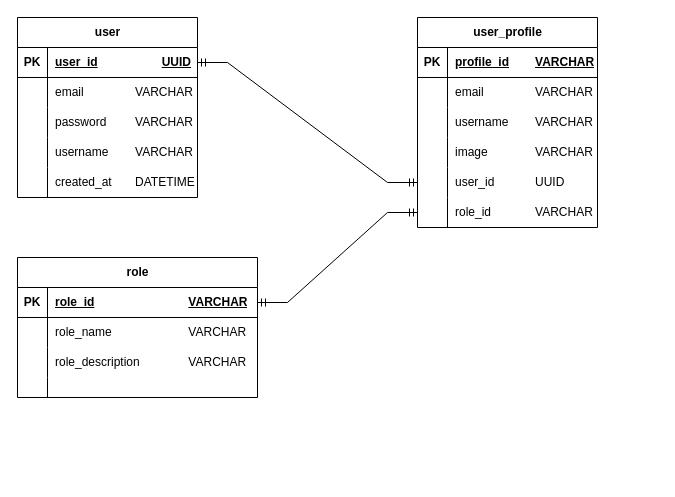
Before: page "RDM_diagram" (2 of 2) of designs/database.drawio in PhoenixWK/spirit-blossom, a draw.io diagram. Source tidied: cells renumbered, new cells numbered last; positions are measured from the earlier drawing's top-left corner, leaving out a move shared by most shapes. Both pictures are drawn from the tidied source at 100%, with x=0, y=0 at pixel (17, 17).
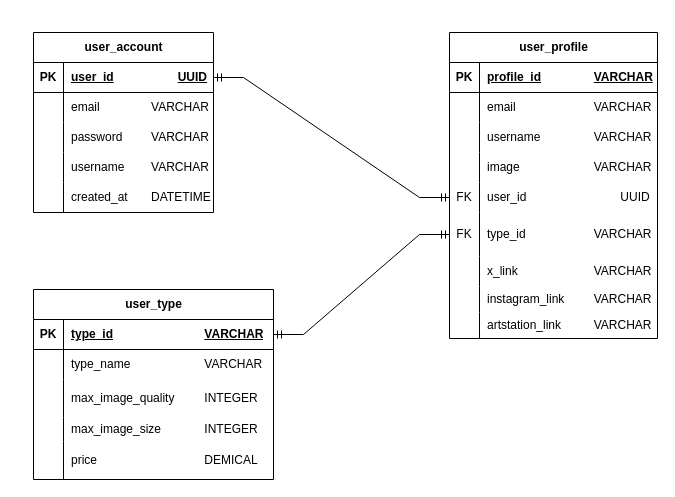
The same diagram, later.

Commit message (it also covers changes not shown here):
docs(database.drawio): design table for user account, user profle, type of user that is the temporary tables for storing user's account, user's profile and type of user

Change to the diagram source:
```diff
@@
-    <mxCell id="2" value="user" style="shape=table;startSize=30;childLayout=tableLayout;rowLines=0;fontStyle=1;align=center;html=1;" parent="1" vertex="1">
-      <mxGeometry width="180" height="180" as="geometry" />
+    <mxCell id="2" value="user_account" style="shape=table;startSize=30;childLayout=tableLayout;rowLines=0;fontStyle=1;align=center;html=1;" parent="1" vertex="1">
+      <mxGeometry x="16" y="15" width="180" height="180" as="geometry" />
     </mxCell>
@@
     <mxCell id="18" value="user_profile" style="shape=table;startSize=30;childLayout=tableLayout;rowLines=0;fontStyle=1;align=center;html=1;" parent="1" vertex="1">
-      <mxGeometry x="400" width="180" height="210" as="geometry" />
+      <mxGeometry x="432" y="15" width="208" height="306" as="geometry" />
     </mxCell>
     <mxCell id="19" style="shape=tableRow;horizontal=0;startSize=0;swimlaneHead=0;swimlaneBody=0;fillColor=none;top=0;left=0;right=0;bottom=1;" parent="18" vertex="1">
-      <mxGeometry y="30" width="180" height="30" as="geometry" />
+      <mxGeometry y="30" width="208" height="30" as="geometry" />
     </mxCell>
@@
-    <mxCell id="21" value="profile_id&lt;span style=&quot;white-space: pre;&quot;&gt;&#9;&lt;/span&gt;VARCHAR" style="shape=partialRectangle;fillColor=none;top=0;left=0;bottom=0;right=0;align=left;spacingLeft=6;fontStyle=5;overflow=hidden;whiteSpace=wrap;html=1;" parent="19" vertex="1">
-      <mxGeometry x="30" width="150" height="30" as="geometry" />
+    <mxCell id="21" value="profile_id&lt;span style=&quot;white-space: pre;&quot;&gt;&#9;&lt;span style=&quot;white-space: pre;&quot;&gt;&#9;&lt;/span&gt;&lt;/span&gt;VARCHAR" style="shape=partialRectangle;fillColor=none;top=0;left=0;bottom=0;right=0;align=left;spacingLeft=6;fontStyle=5;overflow=hidden;whiteSpace=wrap;html=1;" parent="19" vertex="1">
+      <mxGeometry x="30" width="178" height="30" as="geometry" />
     </mxCell>
     <mxCell id="22" style="shape=tableRow;horizontal=0;startSize=0;swimlaneHead=0;swimlaneBody=0;fillColor=none;top=0;left=0;right=0;bottom=0;" parent="18" vertex="1">
-      <mxGeometry y="60" width="180" height="30" as="geometry" />
+      <mxGeometry y="60" width="208" height="30" as="geometry" />
     </mxCell>
@@
-    <mxCell id="24" value="email&lt;span style=&quot;white-space: pre;&quot;&gt;&#9;&lt;/span&gt;&lt;span style=&quot;white-space: pre;&quot;&gt;&#9;&lt;/span&gt;VARCHAR" style="shape=partialRectangle;fillColor=none;top=0;left=0;bottom=0;right=0;align=left;spacingLeft=6;overflow=hidden;whiteSpace=wrap;html=1;" parent="22" vertex="1">
-      <mxGeometry x="30" width="150" height="30" as="geometry" />
+    <mxCell id="24" value="email&lt;span style=&quot;white-space: pre;&quot;&gt;&#9;&lt;/span&gt;&lt;span style=&quot;white-space: pre;&quot;&gt;&#9;&lt;span style=&quot;white-space: pre;&quot;&gt;&#9;&lt;/span&gt;&lt;/span&gt;VARCHAR" style="shape=partialRectangle;fillColor=none;top=0;left=0;bottom=0;right=0;align=left;spacingLeft=6;overflow=hidden;whiteSpace=wrap;html=1;" parent="22" vertex="1">
+      <mxGeometry x="30" width="178" height="30" as="geometry" />
     </mxCell>
     <mxCell id="25" style="shape=tableRow;horizontal=0;startSize=0;swimlaneHead=0;swimlaneBody=0;fillColor=none;top=0;left=0;right=0;bottom=0;" parent="18" vertex="1">
-      <mxGeometry y="90" width="180" height="30" as="geometry" />
+      <mxGeometry y="90" width="208" height="30" as="geometry" />
     </mxCell>
@@
-    <mxCell id="27" value="username&lt;span style=&quot;white-space: pre;&quot;&gt;&#9;&lt;/span&gt;VARCHAR" style="shape=partialRectangle;fillColor=none;top=0;left=0;bottom=0;right=0;align=left;spacingLeft=6;overflow=hidden;whiteSpace=wrap;html=1;" parent="25" vertex="1">
-      <mxGeometry x="30" width="150" height="30" as="geometry" />
+    <mxCell id="27" value="username&lt;span style=&quot;white-space: pre;&quot;&gt;&#9;&lt;span style=&quot;white-space: pre;&quot;&gt;&#9;&lt;/span&gt;&lt;/span&gt;VARCHAR" style="shape=partialRectangle;fillColor=none;top=0;left=0;bottom=0;right=0;align=left;spacingLeft=6;overflow=hidden;whiteSpace=wrap;html=1;" parent="25" vertex="1">
+      <mxGeometry x="30" width="178" height="30" as="geometry" />
     </mxCell>
     <mxCell id="28" style="shape=tableRow;horizontal=0;startSize=0;swimlaneHead=0;swimlaneBody=0;fillColor=none;top=0;left=0;right=0;bottom=0;" parent="18" vertex="1">
-      <mxGeometry y="120" width="180" height="30" as="geometry" />
+      <mxGeometry y="120" width="208" height="30" as="geometry" />
     </mxCell>
@@
-    <mxCell id="30" value="image&lt;span style=&quot;white-space: pre;&quot;&gt;&#9;&lt;/span&gt;&lt;span style=&quot;white-space: pre;&quot;&gt;&#9;&lt;/span&gt;VARCHAR" style="shape=partialRectangle;fillColor=none;top=0;left=0;bottom=0;right=0;align=left;spacingLeft=6;overflow=hidden;whiteSpace=wrap;html=1;" parent="28" vertex="1">
-      <mxGeometry x="30" width="150" height="30" as="geometry" />
+    <mxCell id="30" value="image&lt;span style=&quot;white-space: pre;&quot;&gt;&#9;&lt;/span&gt;&lt;span style=&quot;white-space: pre;&quot;&gt;&#9;&lt;span style=&quot;white-space: pre;&quot;&gt;&#9;&lt;/span&gt;&lt;/span&gt;VARCHAR" style="shape=partialRectangle;fillColor=none;top=0;left=0;bottom=0;right=0;align=left;spacingLeft=6;overflow=hidden;whiteSpace=wrap;html=1;" parent="28" vertex="1">
+      <mxGeometry x="30" width="178" height="30" as="geometry" />
     </mxCell>
     <mxCell id="31" style="shape=tableRow;horizontal=0;startSize=0;swimlaneHead=0;swimlaneBody=0;fillColor=none;points=[[0,0.5],[1,0.5]];portConstraint=eastwest;top=0;left=0;right=0;bottom=0;" parent="18" vertex="1">
-      <mxGeometry y="150" width="180" height="30" as="geometry" />
+      <mxGeometry y="150" width="208" height="30" as="geometry" />
     </mxCell>
-    <mxCell id="32" style="shape=partialRectangle;fillColor=none;top=0;left=0;bottom=0;right=0;overflow=hidden;whiteSpace=wrap;html=1;" parent="31" vertex="1">
+    <mxCell id="32" value="FK" style="shape=partialRectangle;fillColor=none;top=0;left=0;bottom=0;right=0;overflow=hidden;whiteSpace=wrap;html=1;" parent="31" vertex="1">
       <mxGeometry width="30" height="30" as="geometry" />
     </mxCell>
-    <mxCell id="33" value="user_id&lt;span style=&quot;white-space: pre;&quot;&gt;&#9;&lt;/span&gt;&lt;span style=&quot;white-space: pre;&quot;&gt;&#9;&lt;/span&gt;UUID" style="shape=partialRectangle;fillColor=none;top=0;left=0;bottom=0;right=0;align=left;spacingLeft=6;overflow=hidden;whiteSpace=wrap;html=1;" parent="31" vertex="1">
-      <mxGeometry x="30" width="150" height="30" as="geometry" />
+    <mxCell id="33" value="user_id&lt;span style=&quot;white-space: pre;&quot;&gt;&#9;&lt;/span&gt;&lt;span style=&quot;white-space: pre;&quot;&gt;&#9;&lt;span style=&quot;white-space: pre;&quot;&gt;&#9;&lt;span style=&quot;white-space: pre;&quot;&gt;&#9;&lt;/span&gt;&lt;/span&gt;&lt;/span&gt;UUID" style="shape=partialRectangle;fillColor=none;top=0;left=0;bottom=0;right=0;align=left;spacingLeft=6;overflow=hidden;whiteSpace=wrap;html=1;" parent="31" vertex="1">
+      <mxGeometry x="30" width="178" height="30" as="geometry" />
     </mxCell>
     <mxCell id="34" style="shape=tableRow;horizontal=0;startSize=0;swimlaneHead=0;swimlaneBody=0;fillColor=none;points=[[0,0.5],[1,0.5]];portConstraint=eastwest;top=0;left=0;right=0;bottom=0;" parent="18" vertex="1">
-      <mxGeometry y="180" width="180" height="30" as="geometry" />
+      <mxGeometry y="180" width="208" height="44" as="geometry" />
     </mxCell>
-    <mxCell id="35" style="shape=partialRectangle;fillColor=none;top=0;left=0;bottom=0;right=0;overflow=hidden;whiteSpace=wrap;html=1;" parent="34" vertex="1">
-      <mxGeometry width="30" height="30" as="geometry" />
+    <mxCell id="35" value="FK" style="shape=partialRectangle;fillColor=none;top=0;left=0;bottom=0;right=0;overflow=hidden;whiteSpace=wrap;html=1;" parent="34" vertex="1">
+      <mxGeometry width="30" height="44" as="geometry" />
     </mxCell>
-    <mxCell id="36" value="role_id&lt;span style=&quot;white-space: pre;&quot;&gt;&#9;&lt;/span&gt;&lt;span style=&quot;white-space: pre;&quot;&gt;&#9;&lt;/span&gt;VARCHAR" style="shape=partialRectangle;fillColor=none;top=0;left=0;bottom=0;right=0;align=left;spacingLeft=6;overflow=hidden;whiteSpace=wrap;html=1;" parent="34" vertex="1">
-      <mxGeometry x="30" width="150" height="30" as="geometry" />
+    <mxCell id="36" value="type_id&lt;span style=&quot;white-space: pre;&quot;&gt;&#9;&lt;/span&gt;&lt;span style=&quot;white-space: pre;&quot;&gt;&#9;&lt;span style=&quot;white-space: pre;&quot;&gt;&#9;&lt;/span&gt;&lt;/span&gt;VARCHAR" style="shape=partialRectangle;fillColor=none;top=0;left=0;bottom=0;right=0;align=left;spacingLeft=6;overflow=hidden;whiteSpace=wrap;html=1;" parent="34" vertex="1">
+      <mxGeometry x="30" width="178" height="44" as="geometry" />
     </mxCell>
-    <mxCell id="37" value="role" style="shape=table;startSize=30;childLayout=tableLayout;rowLines=0;fontStyle=1;align=center;html=1;" parent="1" vertex="1">
-      <mxGeometry y="240" width="240" height="140" as="geometry" />
-    </mxCell>
+    <mxCell id="52" style="shape=tableRow;horizontal=0;startSize=0;swimlaneHead=0;swimlaneBody=0;fillColor=none;top=0;left=0;right=0;bottom=0;" parent="18" vertex="1">
+      <mxGeometry y="224" width="208" height="30" as="geometry" />
+    </mxCell>
+    <mxCell id="53" style="shape=partialRectangle;fillColor=none;top=0;left=0;bottom=0;right=0;overflow=hidden;whiteSpace=wrap;html=1;" parent="52" vertex="1">
+      <mxGeometry width="30" height="30" as="geometry" />
+    </mxCell>
+    <mxCell id="54" value="x_link&lt;span style=&quot;white-space: pre;&quot;&gt;&#9;&lt;/span&gt;&lt;span style=&quot;white-space: pre;&quot;&gt;&#9;&lt;span style=&quot;white-space: pre;&quot;&gt;&#9;&lt;/span&gt;&lt;/span&gt;VARCHAR" style="shape=partialRectangle;fillColor=none;top=0;left=0;bottom=0;right=0;align=left;spacingLeft=6;overflow=hidden;whiteSpace=wrap;html=1;" parent="52" vertex="1">
+      <mxGeometry x="30" width="178" height="30" as="geometry" />
+    </mxCell>
+    <mxCell id="55" style="shape=tableRow;horizontal=0;startSize=0;swimlaneHead=0;swimlaneBody=0;fillColor=none;top=0;left=0;right=0;bottom=0;" parent="18" vertex="1">
+      <mxGeometry y="254" width="208" height="26" as="geometry" />
+    </mxCell>
+    <mxCell id="56" style="shape=partialRectangle;fillColor=none;top=0;left=0;bottom=0;right=0;overflow=hidden;whiteSpace=wrap;html=1;" parent="55" vertex="1">
+      <mxGeometry width="30" height="26" as="geometry" />
+    </mxCell>
+    <mxCell id="57" value="instagram_link&lt;span style=&quot;white-space: pre;&quot;&gt;&#9;&lt;/span&gt;&lt;span style=&quot;white-space: pre;&quot;&gt;&#9;&lt;/span&gt;VARCHAR" style="shape=partialRectangle;fillColor=none;top=0;left=0;bottom=0;right=0;align=left;spacingLeft=6;overflow=hidden;whiteSpace=wrap;html=1;" parent="55" vertex="1">
+      <mxGeometry x="30" width="178" height="26" as="geometry" />
+    </mxCell>
+    <mxCell id="58" style="shape=tableRow;horizontal=0;startSize=0;swimlaneHead=0;swimlaneBody=0;fillColor=none;top=0;left=0;right=0;bottom=0;" parent="18" vertex="1">
+      <mxGeometry y="280" width="208" height="26" as="geometry" />
+    </mxCell>
+    <mxCell id="59" style="shape=partialRectangle;fillColor=none;top=0;left=0;bottom=0;right=0;overflow=hidden;whiteSpace=wrap;html=1;" parent="58" vertex="1">
+      <mxGeometry width="30" height="26" as="geometry" />
+    </mxCell>
+    <mxCell id="60" value="artstation_link&lt;span style=&quot;white-space: pre;&quot;&gt;&#9;&lt;/span&gt;&lt;span style=&quot;white-space: pre;&quot;&gt;&#9;&lt;/span&gt;VARCHAR" style="shape=partialRectangle;fillColor=none;top=0;left=0;bottom=0;right=0;align=left;spacingLeft=6;overflow=hidden;whiteSpace=wrap;html=1;" parent="58" vertex="1">
+      <mxGeometry x="30" width="178" height="26" as="geometry" />
+    </mxCell>
+    <mxCell id="50" style="edgeStyle=entityRelationEdgeStyle;fontSize=12;html=1;endArrow=ERmandOne;startArrow=ERmandOne;rounded=0;entryX=0;entryY=0.5;entryDx=0;entryDy=0;exitX=1;exitY=0.25;exitDx=0;exitDy=0;" parent="1" edge="1" source="2" target="31">
+      <mxGeometry relative="1" as="geometry" />
+    </mxCell>
+    <mxCell id="61" value="user_type" style="shape=table;startSize=30;childLayout=tableLayout;rowLines=0;fontStyle=1;align=center;html=1;" parent="1" vertex="1">
+      <mxGeometry x="16" y="272" width="240" height="190" as="geometry" />
+    </mxCell>
-    <mxCell id="38" style="shape=tableRow;horizontal=0;startSize=0;swimlaneHead=0;swimlaneBody=0;fillColor=none;points=[[0,0.5],[1,0.5]];portConstraint=eastwest;top=0;left=0;right=0;bottom=1;" parent="37" vertex="1">
+    <mxCell id="38" style="shape=tableRow;horizontal=0;startSize=0;swimlaneHead=0;swimlaneBody=0;fillColor=none;points=[[0,0.5],[1,0.5]];portConstraint=eastwest;top=0;left=0;right=0;bottom=1;" parent="61" vertex="1">
       <mxGeometry y="30" width="240" height="30" as="geometry" />
     </mxCell>
@@
-    <mxCell id="40" value="role_id&lt;span style=&quot;white-space: pre;&quot;&gt;&#9;&lt;/span&gt;&lt;span style=&quot;white-space: pre;&quot;&gt;&#9;&lt;span style=&quot;white-space: pre;&quot;&gt;&#9;&lt;/span&gt;&lt;span style=&quot;white-space: pre;&quot;&gt;&#9;&lt;/span&gt;&lt;/span&gt;VARCHAR" style="shape=partialRectangle;fillColor=none;top=0;left=0;bottom=0;right=0;align=left;spacingLeft=6;fontStyle=5;overflow=hidden;whiteSpace=wrap;html=1;" parent="38" vertex="1">
-      <mxGeometry x="30" width="210" height="30" as="geometry" />
-    </mxCell>
+    <mxCell id="62" value="type_id&lt;span style=&quot;white-space: pre;&quot;&gt;&#9;&lt;/span&gt;&lt;span style=&quot;white-space: pre;&quot;&gt;&#9;&lt;span style=&quot;white-space: pre;&quot;&gt;&#9;&lt;/span&gt;&lt;span style=&quot;white-space: pre;&quot;&gt;&#9;&lt;/span&gt;&lt;/span&gt;VARCHAR" style="shape=partialRectangle;fillColor=none;top=0;left=0;bottom=0;right=0;align=left;spacingLeft=6;fontStyle=5;overflow=hidden;whiteSpace=wrap;html=1;" parent="38" vertex="1">
+      <mxGeometry x="30" width="210" height="30" as="geometry" />
+    </mxCell>
-    <mxCell id="41" style="shape=tableRow;horizontal=0;startSize=0;swimlaneHead=0;swimlaneBody=0;fillColor=none;top=0;left=0;right=0;bottom=0;" parent="37" vertex="1">
+    <mxCell id="41" style="shape=tableRow;horizontal=0;startSize=0;swimlaneHead=0;swimlaneBody=0;fillColor=none;top=0;left=0;right=0;bottom=0;" parent="61" vertex="1">
       <mxGeometry y="60" width="240" height="30" as="geometry" />
     </mxCell>
-    <mxCell id="42" style="shape=partialRectangle;fillColor=none;top=0;left=0;bottom=0;right=0;overflow=hidden;whiteSpace=wrap;html=1;" parent="41" vertex="1">
-      <mxGeometry width="30" height="30" as="geometry" />
-    </mxCell>
-    <mxCell id="43" value="role_name&lt;span style=&quot;white-space: pre;&quot;&gt;&#9;&lt;span style=&quot;white-space: pre;&quot;&gt;&#9;&lt;/span&gt;&lt;span style=&quot;white-space: pre;&quot;&gt;&#9;&lt;/span&gt;&lt;/span&gt;VARCHAR" style="shape=partialRectangle;fillColor=none;top=0;left=0;bottom=0;right=0;align=left;spacingLeft=6;overflow=hidden;whiteSpace=wrap;html=1;" parent="41" vertex="1">
-      <mxGeometry x="30" width="210" height="30" as="geometry" />
-    </mxCell>
-    <mxCell id="44" style="shape=tableRow;horizontal=0;startSize=0;swimlaneHead=0;swimlaneBody=0;fillColor=none;top=0;left=0;right=0;bottom=0;" parent="37" vertex="1">
-      <mxGeometry y="90" width="240" height="30" as="geometry" />
-    </mxCell>
-    <mxCell id="45" style="shape=partialRectangle;fillColor=none;top=0;left=0;bottom=0;right=0;overflow=hidden;whiteSpace=wrap;html=1;" parent="44" vertex="1">
-      <mxGeometry width="30" height="30" as="geometry" />
-    </mxCell>
-    <mxCell id="46" value="role_description&lt;span style=&quot;white-space: pre;&quot;&gt;&#9;&lt;/span&gt;&lt;span style=&quot;white-space: pre;&quot;&gt;&#9;&lt;/span&gt;VARCHAR" style="shape=partialRectangle;fillColor=none;top=0;left=0;bottom=0;right=0;align=left;spacingLeft=6;overflow=hidden;whiteSpace=wrap;html=1;" parent="44" vertex="1">
-      <mxGeometry x="30" width="210" height="30" as="geometry" />
-    </mxCell>
-    <mxCell id="47" style="shape=tableRow;horizontal=0;startSize=0;swimlaneHead=0;swimlaneBody=0;fillColor=none;top=0;left=0;right=0;bottom=0;" parent="37" vertex="1">
-      <mxGeometry y="120" width="240" height="20" as="geometry" />
-    </mxCell>
-    <mxCell id="48" style="shape=partialRectangle;fillColor=none;top=0;left=0;bottom=0;right=0;overflow=hidden;whiteSpace=wrap;html=1;" parent="47" vertex="1">
-      <mxGeometry width="30" height="20" as="geometry" />
-    </mxCell>
-    <mxCell id="49" style="shape=partialRectangle;fillColor=none;top=0;left=0;bottom=0;right=0;align=left;spacingLeft=6;overflow=hidden;whiteSpace=wrap;html=1;" parent="47" vertex="1">
-      <mxGeometry x="30" width="210" height="20" as="geometry" />
-    </mxCell>
-    <mxCell id="50" style="edgeStyle=entityRelationEdgeStyle;fontSize=12;html=1;endArrow=ERmandOne;startArrow=ERmandOne;rounded=0;entryX=0;entryY=0.5;entryDx=0;entryDy=0;exitX=1;exitY=0.25;exitDx=0;exitDy=0;" parent="1" edge="1" source="2" target="31">
-      <mxGeometry relative="1" as="geometry" />
-    </mxCell>
+    <mxCell id="63" style="shape=partialRectangle;fillColor=none;top=0;left=0;bottom=0;right=0;overflow=hidden;whiteSpace=wrap;html=1;" parent="41" vertex="1">
+      <mxGeometry width="30" height="30" as="geometry" />
+    </mxCell>
+    <mxCell id="64" value="type_name&lt;span style=&quot;white-space: pre;&quot;&gt;&#9;&lt;/span&gt;&lt;span style=&quot;white-space: pre;&quot;&gt;&#9;&lt;span style=&quot;white-space: pre;&quot;&gt;&#9;&lt;/span&gt;&lt;/span&gt;VARCHAR" style="shape=partialRectangle;fillColor=none;top=0;left=0;bottom=0;right=0;align=left;spacingLeft=6;overflow=hidden;whiteSpace=wrap;html=1;" parent="41" vertex="1">
+      <mxGeometry x="30" width="210" height="30" as="geometry" />
+    </mxCell>
+    <mxCell id="65" style="shape=tableRow;horizontal=0;startSize=0;swimlaneHead=0;swimlaneBody=0;fillColor=none;top=0;left=0;right=0;bottom=0;" parent="61" vertex="1">
+      <mxGeometry y="90" width="240" height="38" as="geometry" />
+    </mxCell>
+    <mxCell id="66" style="shape=partialRectangle;fillColor=none;top=0;left=0;bottom=0;right=0;overflow=hidden;whiteSpace=wrap;html=1;" parent="65" vertex="1">
+      <mxGeometry width="30" height="38" as="geometry" />
+    </mxCell>
+    <mxCell id="67" value="max_image_quality&lt;span style=&quot;white-space: pre;&quot;&gt;&#9;&lt;span style=&quot;white-space: pre;&quot;&gt;&#9;&lt;/span&gt;&lt;/span&gt;INTEGER" style="shape=partialRectangle;fillColor=none;top=0;left=0;bottom=0;right=0;align=left;spacingLeft=6;overflow=hidden;whiteSpace=wrap;html=1;" parent="65" vertex="1">
+      <mxGeometry x="30" width="210" height="38" as="geometry" />
+    </mxCell>
+    <mxCell id="68" style="shape=tableRow;horizontal=0;startSize=0;swimlaneHead=0;swimlaneBody=0;fillColor=none;top=0;left=0;right=0;bottom=0;" parent="61" vertex="1">
+      <mxGeometry y="128" width="240" height="24" as="geometry" />
+    </mxCell>
+    <mxCell id="69" style="shape=partialRectangle;fillColor=none;top=0;left=0;bottom=0;right=0;overflow=hidden;whiteSpace=wrap;html=1;" parent="68" vertex="1">
+      <mxGeometry width="30" height="24" as="geometry" />
+    </mxCell>
+    <mxCell id="70" value="max_image_size&lt;span style=&quot;white-space: pre;&quot;&gt;&#9;&lt;span style=&quot;white-space: pre;&quot;&gt;&#9;&lt;/span&gt;&lt;/span&gt;INTEGER" style="shape=partialRectangle;fillColor=none;top=0;left=0;bottom=0;right=0;align=left;spacingLeft=6;overflow=hidden;whiteSpace=wrap;html=1;" parent="68" vertex="1">
+      <mxGeometry x="30" width="210" height="24" as="geometry" />
+    </mxCell>
+    <mxCell id="71" style="shape=tableRow;horizontal=0;startSize=0;swimlaneHead=0;swimlaneBody=0;fillColor=none;top=0;left=0;right=0;bottom=0;" parent="61" vertex="1">
+      <mxGeometry y="152" width="240" height="38" as="geometry" />
+    </mxCell>
+    <mxCell id="72" style="shape=partialRectangle;fillColor=none;top=0;left=0;bottom=0;right=0;overflow=hidden;whiteSpace=wrap;html=1;" parent="71" vertex="1">
+      <mxGeometry width="30" height="38" as="geometry" />
+    </mxCell>
+    <mxCell id="73" value="price&lt;span style=&quot;white-space: pre;&quot;&gt;&#9;&lt;/span&gt;&lt;span style=&quot;white-space: pre;&quot;&gt;&#9;&lt;/span&gt;&lt;span style=&quot;white-space: pre;&quot;&gt;&#9;&lt;/span&gt;&lt;span style=&quot;white-space: pre;&quot;&gt;&#9;&lt;/span&gt;DEMICAL" style="shape=partialRectangle;fillColor=none;top=0;left=0;bottom=0;right=0;align=left;spacingLeft=6;overflow=hidden;whiteSpace=wrap;html=1;" parent="71" vertex="1">
+      <mxGeometry x="30" width="210" height="38" as="geometry" />
+    </mxCell>
-    <mxCell id="51" style="edgeStyle=entityRelationEdgeStyle;fontSize=12;html=1;endArrow=ERmandOne;startArrow=ERmandOne;rounded=0;entryX=0;entryY=0.5;entryDx=0;entryDy=0;exitX=1;exitY=0.5;exitDx=0;exitDy=0;" parent="1" edge="1" source="38" target="34">
+    <mxCell id="51" style="edgeStyle=entityRelationEdgeStyle;fontSize=12;html=1;endArrow=ERmandOne;startArrow=ERmandOne;rounded=0;exitX=1;exitY=0.5;exitDx=0;exitDy=0;entryX=0;entryY=0.5;entryDx=0;entryDy=0;" parent="1" edge="1" source="38" target="34">
       <mxGeometry relative="1" as="geometry" />
     </mxCell>
```
